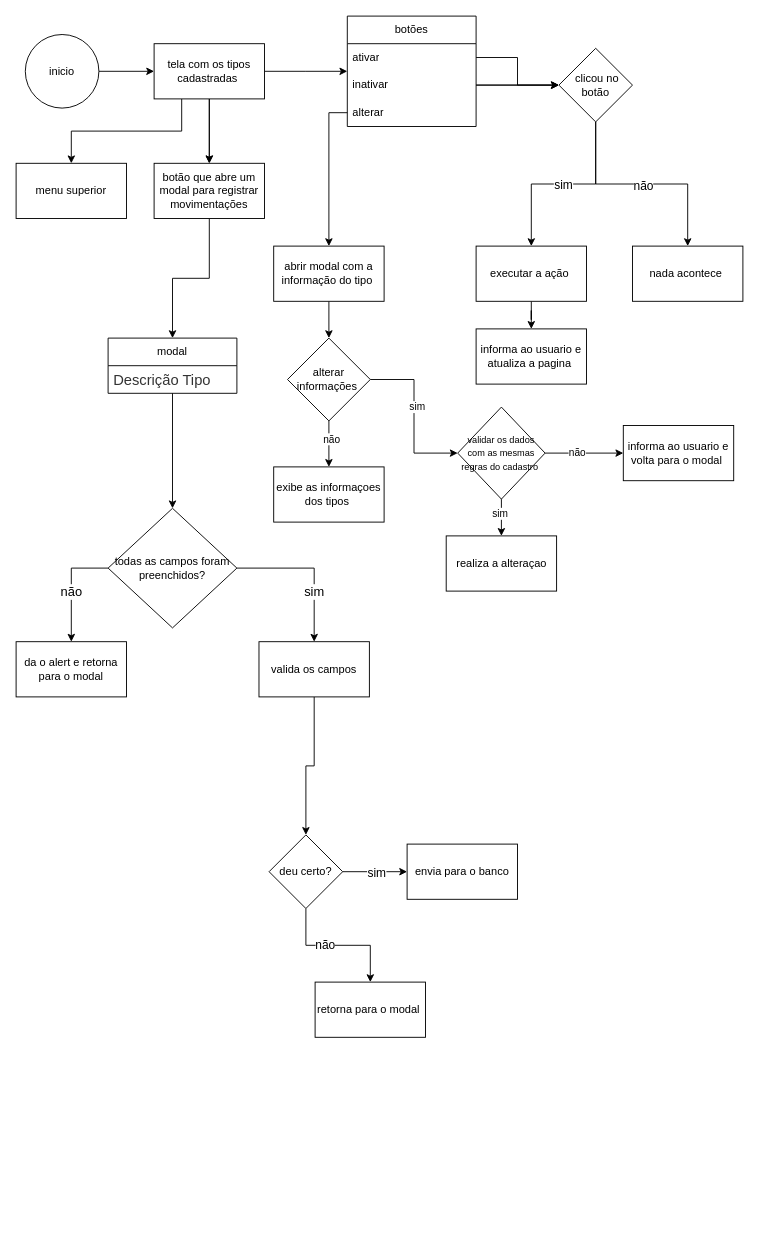
The draw.io diagram fluxogramas/listar_tipos.drawio in Samuel-Goulart/cadastro.ativos, before the edit. Source tidied: cells renumbered, new cells numbered last; positions are measured from the earlier drawing's top-left corner, leaving out a move shared by most shapes. Both pictures are drawn from the tidied source at 92%, with x=0, y=0 at pixel (16, 16).
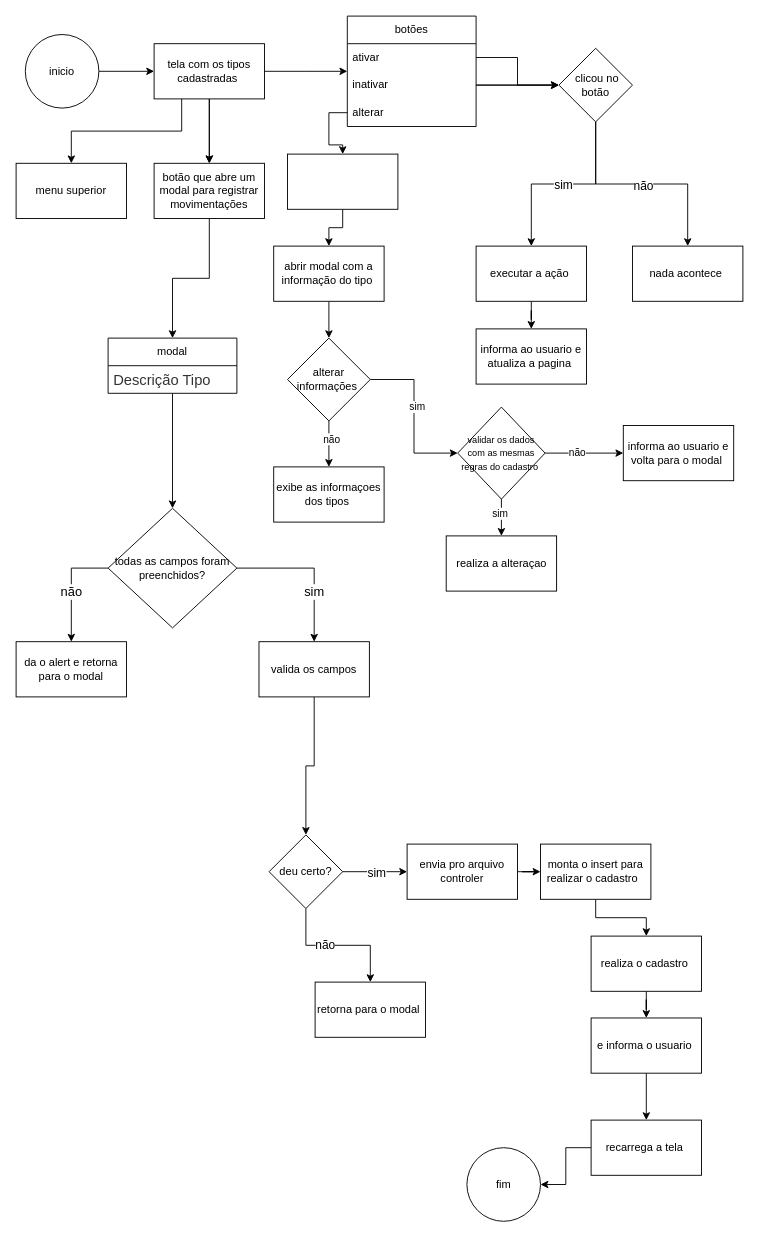
After the change.

The change refers to these unchanged cells:
```xml
<mxCell id="13" value="alterar" style="text;strokeColor=none;fillColor=none;align=left;verticalAlign=middle;spacingLeft=4;spacingRight=4;overflow=hidden;points=[[0,0.5],[1,0.5]];portConstraint=eastwest;whiteSpace=wrap;html=1;" parent="9" vertex="1">
  <mxGeometry y="90" width="140" height="30" as="geometry" />
</mxCell>
<mxCell id="24" value="abrir modal com a informação do tipo&amp;nbsp;" style="rounded=0;whiteSpace=wrap;html=1;" parent="1" vertex="1">
  <mxGeometry x="280" y="250" width="120" height="60" as="geometry" />
</mxCell>
```

Change to the diagram source:
```diff
@@
-    <mxCell id="25" style="edgeStyle=orthogonalEdgeStyle;rounded=0;jettySize=auto;html=1;" parent="1" edge="1" source="13" target="24">
+    <mxCell id="25" style="edgeStyle=orthogonalEdgeStyle;rounded=0;jettySize=auto;html=1;" parent="1" edge="1" source="72" target="24">
       <mxGeometry relative="1" as="geometry" />
     </mxCell>
@@
+    <mxCell id="61" style="edgeStyle=orthogonalEdgeStyle;rounded=0;jettySize=auto;html=1;" parent="1" edge="1" source="59" target="63">
+      <mxGeometry relative="1" as="geometry" />
+    </mxCell>
-    <mxCell id="59" value="envia para o banco" style="rounded=0;whiteSpace=wrap;html=1;" parent="1" vertex="1">
+    <mxCell id="59" value="envia pro arquivo controler" style="rounded=0;whiteSpace=wrap;html=1;" parent="1" vertex="1">
       <mxGeometry x="425" y="900" width="120" height="60" as="geometry" />
     </mxCell>
@@
+    <mxCell id="62" style="edgeStyle=orthogonalEdgeStyle;rounded=0;jettySize=auto;html=1;" parent="1" edge="1" source="63" target="65">
+      <mxGeometry relative="1" as="geometry" />
+    </mxCell>
+    <mxCell id="63" value="monta o insert para realizar o cadastro&amp;nbsp;&amp;nbsp;" style="rounded=0;whiteSpace=wrap;html=1;" parent="1" vertex="1">
+      <mxGeometry x="570" y="900" width="120" height="60" as="geometry" />
+    </mxCell>
+    <mxCell id="64" style="edgeStyle=orthogonalEdgeStyle;rounded=0;jettySize=auto;html=1;" parent="1" edge="1" source="65" target="67">
+      <mxGeometry relative="1" as="geometry" />
+    </mxCell>
+    <mxCell id="65" value="realiza o cadastro&amp;nbsp;" style="rounded=0;whiteSpace=wrap;html=1;" parent="1" vertex="1">
+      <mxGeometry x="625" y="1000" width="120" height="60" as="geometry" />
+    </mxCell>
+    <mxCell id="66" style="edgeStyle=orthogonalEdgeStyle;rounded=0;jettySize=auto;html=1;" parent="1" edge="1" source="67" target="69">
+      <mxGeometry relative="1" as="geometry" />
+    </mxCell>
+    <mxCell id="67" value="e informa o usuario&amp;nbsp;" style="rounded=0;whiteSpace=wrap;html=1;" parent="1" vertex="1">
+      <mxGeometry x="625" y="1089" width="120" height="60" as="geometry" />
+    </mxCell>
+    <mxCell id="68" style="edgeStyle=orthogonalEdgeStyle;rounded=0;jettySize=auto;html=1;" parent="1" edge="1" source="69" target="70">
+      <mxGeometry relative="1" as="geometry" />
+    </mxCell>
+    <mxCell id="69" value="recarrega a tela&amp;nbsp;" style="rounded=0;whiteSpace=wrap;html=1;" parent="1" vertex="1">
+      <mxGeometry x="625" y="1200" width="120" height="60" as="geometry" />
+    </mxCell>
+    <mxCell id="70" value="fim" style="ellipse;whiteSpace=wrap;html=1;rounded=0;" parent="1" vertex="1">
+      <mxGeometry x="490" y="1230" width="80" height="80" as="geometry" />
+    </mxCell>
+    <mxCell id="71" style="edgeStyle=orthogonalEdgeStyle;rounded=0;jettySize=auto;html=1;" parent="1" edge="1" source="13" target="72">
+      <mxGeometry relative="1" as="geometry" />
+    </mxCell>
+    <mxCell id="72" style="rounded=0;whiteSpace=wrap;html=1;" parent="1" vertex="1">
+      <mxGeometry x="295" y="150" width="120" height="60" as="geometry" />
+    </mxCell>
```
